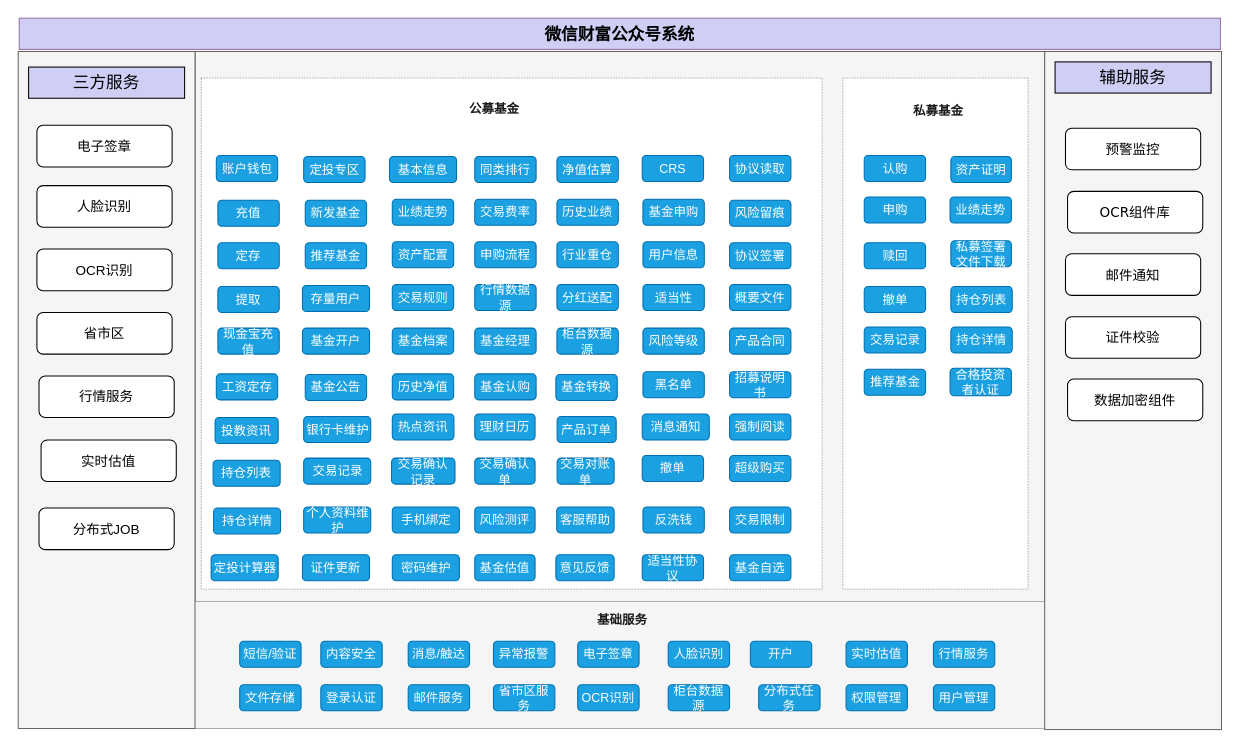
Earlier version of the draw.io diagram 微信财富公众号系统-业务架构.drawio (ammengke/my-drawio). Source tidied: cells renumbered, new cells numbered last; positions are measured from the earlier drawing's top-left corner, leaving out a move shared by most shapes. Both pictures are drawn from the tidied source at 104%, with x=0, y=0 at pixel (18, 18).
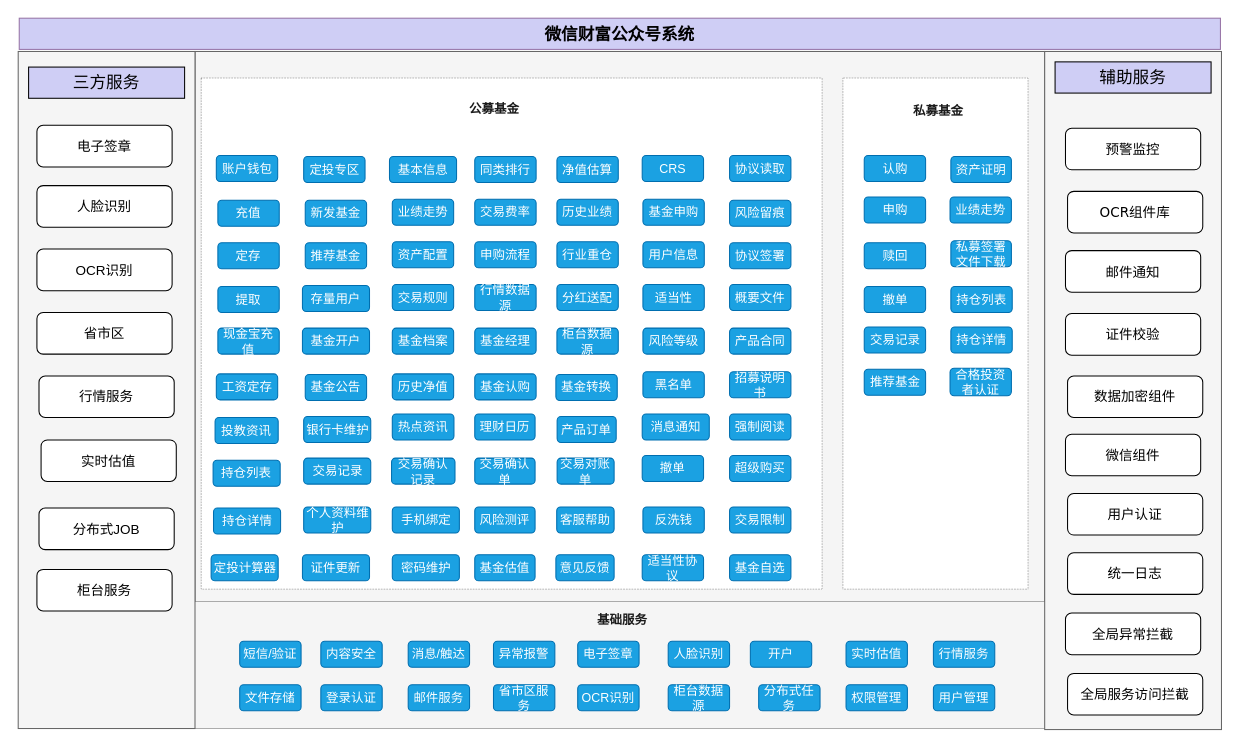
After the change.

Commit message:
更新微信财富公众号系统-业务架构.drawio

Diff of the diagram source:
```diff
@@
     <mxCell id="17" value="&lt;p class=&quot;MsoNormal&quot; style=&quot;font-size: 13px;&quot;&gt;&lt;span style=&quot;font-size: 13px;&quot;&gt;&lt;font style=&quot;font-size: 13px;&quot;&gt;邮件通知&lt;/font&gt;&lt;/span&gt;&lt;/p&gt;" style="rounded=1;whiteSpace=wrap;html=1;fontSize=13;fontFamily=Verdana;" parent="1" vertex="1">
-      <mxGeometry x="1007" y="226.5" width="130" height="40" as="geometry" />
+      <mxGeometry x="1007" y="223.5" width="130" height="40" as="geometry" />
     </mxCell>
@@
     <mxCell id="124" value="&lt;p class=&quot;MsoNormal&quot; style=&quot;font-size: 13px;&quot;&gt;&lt;span style=&quot;font-size: 13px;&quot;&gt;&lt;font style=&quot;font-size: 13px;&quot;&gt;证件校验&lt;/font&gt;&lt;/span&gt;&lt;/p&gt;" style="rounded=1;whiteSpace=wrap;html=1;fontSize=13;fontFamily=Verdana;" parent="1" vertex="1">
-      <mxGeometry x="1007" y="287" width="130" height="40" as="geometry" />
+      <mxGeometry x="1007" y="284" width="130" height="40" as="geometry" />
     </mxCell>
     <mxCell id="125" value="&lt;p class=&quot;MsoNormal&quot; style=&quot;font-size: 13px;&quot;&gt;&lt;span style=&quot;font-size: 13px;&quot;&gt;&lt;font style=&quot;font-size: 13px;&quot;&gt;数据加密组件&lt;/font&gt;&lt;/span&gt;&lt;/p&gt;" style="rounded=1;whiteSpace=wrap;html=1;fontSize=13;fontFamily=Verdana;" parent="1" vertex="1">
-      <mxGeometry x="1009" y="347" width="130" height="40" as="geometry" />
+      <mxGeometry x="1009" y="344" width="130" height="40" as="geometry" />
     </mxCell>
+    <mxCell id="126" value="&lt;p class=&quot;MsoNormal&quot; style=&quot;font-size: 13px;&quot;&gt;&lt;span style=&quot;font-size: 13px;&quot;&gt;&lt;font style=&quot;font-size: 13px;&quot;&gt;微信组件&lt;/font&gt;&lt;/span&gt;&lt;/p&gt;" style="rounded=1;whiteSpace=wrap;html=1;fontSize=13;fontFamily=Verdana;" parent="1" vertex="1">
+      <mxGeometry x="1007" y="400" width="130" height="40" as="geometry" />
+    </mxCell>
+    <mxCell id="127" value="&lt;p class=&quot;MsoNormal&quot; style=&quot;font-size: 13px;&quot;&gt;&lt;span style=&quot;font-size: 13px;&quot;&gt;&lt;font style=&quot;font-size: 13px;&quot;&gt;用户认证&lt;/font&gt;&lt;/span&gt;&lt;/p&gt;" style="rounded=1;whiteSpace=wrap;html=1;fontSize=13;fontFamily=Verdana;" parent="1" vertex="1">
+      <mxGeometry x="1009" y="457" width="130" height="40" as="geometry" />
+    </mxCell>
+    <mxCell id="128" value="&lt;p class=&quot;MsoNormal&quot; style=&quot;font-size: 13px;&quot;&gt;&lt;span style=&quot;font-size: 13px;&quot;&gt;&lt;font style=&quot;font-size: 13px;&quot;&gt;统一日志&lt;/font&gt;&lt;/span&gt;&lt;/p&gt;" style="rounded=1;whiteSpace=wrap;html=1;fontSize=13;fontFamily=Verdana;" parent="1" vertex="1">
+      <mxGeometry x="1009" y="514" width="130" height="40" as="geometry" />
+    </mxCell>
+    <mxCell id="129" value="&lt;p class=&quot;MsoNormal&quot; style=&quot;font-size: 13px;&quot;&gt;&lt;span style=&quot;font-size: 13px;&quot;&gt;&lt;font style=&quot;font-size: 13px;&quot;&gt;全局异常拦截&lt;/font&gt;&lt;/span&gt;&lt;/p&gt;" style="rounded=1;whiteSpace=wrap;html=1;fontSize=13;fontFamily=Verdana;" parent="1" vertex="1">
+      <mxGeometry x="1007" y="572" width="130" height="40" as="geometry" />
+    </mxCell>
+    <mxCell id="130" value="&lt;p class=&quot;MsoNormal&quot; style=&quot;font-size: 13px;&quot;&gt;&lt;span style=&quot;font-size: 13px;&quot;&gt;&lt;font style=&quot;font-size: 13px;&quot;&gt;全局服务访问拦截&lt;/font&gt;&lt;/span&gt;&lt;/p&gt;" style="rounded=1;whiteSpace=wrap;html=1;fontSize=13;fontFamily=Verdana;" parent="1" vertex="1">
+      <mxGeometry x="1009" y="630" width="130" height="40" as="geometry" />
+    </mxCell>
+    <mxCell id="131" value="柜台服务" style="rounded=1;whiteSpace=wrap;html=1;fontSize=13;" parent="1" vertex="1">
+      <mxGeometry x="18" y="530" width="130" height="40" as="geometry" />
+    </mxCell>
```
